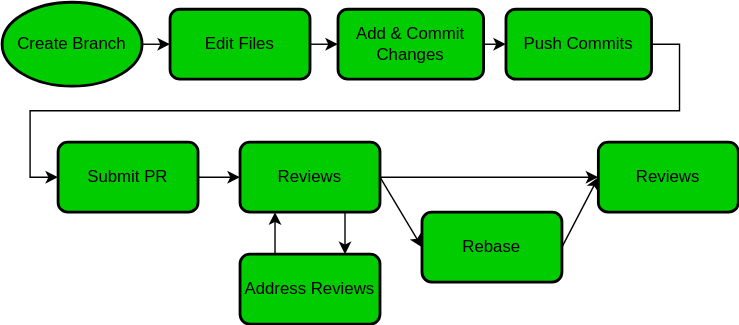
YehudaRothstein/excaliburfrc.github.io keeps this draw.io diagram as tutorials/git/img/git-process.drawio.svg. Above is the earlier version. Source tidied: cells renumbered, new cells last; positions are measured from the earlier drawing's top-left corner, leaving out a move shared by most shapes.
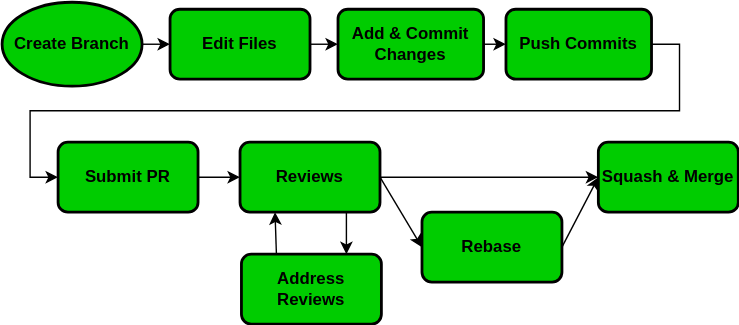
After the change.

Commit message:
add run script

Diff of the diagram source:
```diff
@@ -2,19 +2,19 @@
   <root>
     <mxCell id="0" />
     <mxCell id="1" parent="0" />
-    <mxCell id="2" value="Create Branch" style="strokeWidth=2;html=1;shape=mxgraph.flowchart.start_1;whiteSpace=wrap;fillColor=#00CC00;" parent="1" vertex="1">
+    <mxCell id="2" value="&lt;b&gt;Create Branch&lt;/b&gt;" style="strokeWidth=2;html=1;shape=mxgraph.flowchart.start_1;whiteSpace=wrap;fillColor=#00CC00;" parent="1" vertex="1">
       <mxGeometry width="100" height="60" as="geometry" />
     </mxCell>
     <mxCell id="3" style="endArrow=classic;html=1;exitX=1;exitY=0.5;exitDx=0;exitDy=0;exitPerimeter=0;entryX=0;entryY=0.5;entryDx=0;entryDy=0;" parent="1" edge="1" source="2" target="4">
       <mxGeometry relative="1" as="geometry" />
     </mxCell>
-    <mxCell id="4" value="Edit Files" style="rounded=1;whiteSpace=wrap;html=1;absoluteArcSize=1;arcSize=14;strokeWidth=2;fillColor=#00CC00;" parent="1" vertex="1">
+    <mxCell id="4" value="&lt;b&gt;Edit Files&lt;/b&gt;" style="rounded=1;whiteSpace=wrap;html=1;absoluteArcSize=1;arcSize=14;strokeWidth=2;fillColor=#00CC00;" parent="1" vertex="1">
       <mxGeometry x="120" y="5" width="100" height="50" as="geometry" />
     </mxCell>
     <mxCell id="5" style="endArrow=classic;html=1;entryX=0;entryY=0.5;entryDx=0;entryDy=0;exitX=1;exitY=0.5;exitDx=0;exitDy=0;" parent="1" edge="1" source="4" target="6">
       <mxGeometry relative="1" as="geometry" />
     </mxCell>
-    <mxCell id="6" value="Add &amp;amp; Commit Changes" style="rounded=1;whiteSpace=wrap;html=1;absoluteArcSize=1;arcSize=14;strokeWidth=2;fillColor=#00CC00;" parent="1" vertex="1">
+    <mxCell id="6" value="&lt;b&gt;Add &amp;amp; Commit Changes&lt;/b&gt;" style="rounded=1;whiteSpace=wrap;html=1;absoluteArcSize=1;arcSize=14;strokeWidth=2;fillColor=#00CC00;" parent="1" vertex="1">
       <mxGeometry x="240" y="5" width="104" height="50" as="geometry" />
     </mxCell>
     <mxCell id="7" style="endArrow=classic;html=1;exitX=1;exitY=0.5;exitDx=0;exitDy=0;entryX=0;entryY=0.5;entryDx=0;entryDy=0;" parent="1" edge="1" source="6" target="9">
@@ -23,10 +23,10 @@
     <mxCell id="8" style="edgeStyle=orthogonalEdgeStyle;rounded=0;jettySize=auto;html=1;exitX=1;exitY=0.5;exitDx=0;exitDy=0;entryX=0;entryY=0.5;entryDx=0;entryDy=0;" parent="1" edge="1" source="9" target="10">
       <mxGeometry relative="1" as="geometry" />
     </mxCell>
-    <mxCell id="9" value="Push Commits" style="rounded=1;whiteSpace=wrap;html=1;absoluteArcSize=1;arcSize=14;strokeWidth=2;fillColor=#00CC00;" parent="1" vertex="1">
+    <mxCell id="9" value="&lt;b&gt;Push Commits&lt;/b&gt;" style="rounded=1;whiteSpace=wrap;html=1;absoluteArcSize=1;arcSize=14;strokeWidth=2;fillColor=#00CC00;" parent="1" vertex="1">
       <mxGeometry x="360" y="5" width="104" height="50" as="geometry" />
     </mxCell>
-    <mxCell id="10" value="Submit PR" style="rounded=1;whiteSpace=wrap;html=1;absoluteArcSize=1;arcSize=14;strokeWidth=2;fillColor=#00CC00;" parent="1" vertex="1">
+    <mxCell id="10" value="&lt;b&gt;Submit PR&lt;/b&gt;" style="rounded=1;whiteSpace=wrap;html=1;absoluteArcSize=1;arcSize=14;strokeWidth=2;fillColor=#00CC00;" parent="1" vertex="1">
       <mxGeometry x="40" y="100" width="100" height="50" as="geometry" />
     </mxCell>
     <mxCell id="11" style="endArrow=classic;html=1;entryX=0;entryY=0.5;entryDx=0;entryDy=0;exitX=1;exitY=0.5;exitDx=0;exitDy=0;" parent="1" edge="1" source="10" target="13">
@@ -35,16 +35,16 @@
     <mxCell id="12" style="edgeStyle=orthogonalEdgeStyle;rounded=0;jettySize=auto;html=1;exitX=0.75;exitY=1;exitDx=0;exitDy=0;entryX=0.75;entryY=0;entryDx=0;entryDy=0;" parent="1" edge="1" source="13" target="15">
       <mxGeometry relative="1" as="geometry" />
     </mxCell>
-    <mxCell id="13" value="Reviews" style="rounded=1;whiteSpace=wrap;html=1;absoluteArcSize=1;arcSize=14;strokeWidth=2;fillColor=#00CC00;" parent="1" vertex="1">
+    <mxCell id="13" value="&lt;b&gt;Reviews&lt;/b&gt;" style="rounded=1;whiteSpace=wrap;html=1;absoluteArcSize=1;arcSize=14;strokeWidth=2;fillColor=#00CC00;" parent="1" vertex="1">
       <mxGeometry x="170" y="100" width="100" height="50" as="geometry" />
     </mxCell>
     <mxCell id="14" style="endArrow=classic;html=1;entryX=0.25;entryY=1;entryDx=0;entryDy=0;exitX=0.25;exitY=0;exitDx=0;exitDy=0;" parent="1" edge="1" source="15" target="13">
       <mxGeometry relative="1" as="geometry" />
     </mxCell>
-    <mxCell id="15" value="Address Reviews" style="rounded=1;whiteSpace=wrap;html=1;absoluteArcSize=1;arcSize=14;strokeWidth=2;fillColor=#00CC00;" parent="1" vertex="1">
-      <mxGeometry x="170" y="180" width="100" height="50" as="geometry" />
+    <mxCell id="15" value="Address Reviews" style="rounded=1;whiteSpace=wrap;html=1;absoluteArcSize=1;arcSize=14;strokeWidth=2;fillColor=#00CC00;fontStyle=1;" parent="1" vertex="1">
+      <mxGeometry x="171" y="180" width="100" height="50" as="geometry" />
     </mxCell>
-    <mxCell id="16" value="Rebase" style="rounded=1;whiteSpace=wrap;html=1;absoluteArcSize=1;arcSize=14;strokeWidth=2;fillColor=#00CC00;" parent="1" vertex="1">
+    <mxCell id="16" value="&lt;b&gt;Rebase&lt;/b&gt;" style="rounded=1;whiteSpace=wrap;html=1;absoluteArcSize=1;arcSize=14;strokeWidth=2;fillColor=#00CC00;" parent="1" vertex="1">
       <mxGeometry x="300" y="150" width="100" height="50" as="geometry" />
     </mxCell>
     <mxCell id="17" style="endArrow=classic;html=1;exitX=1;exitY=0.5;exitDx=0;exitDy=0;entryX=0;entryY=0.5;entryDx=0;entryDy=0;" parent="1" edge="1" source="13" target="16">
@@ -53,7 +53,7 @@
     <mxCell id="18" style="endArrow=classic;html=1;entryX=0;entryY=0.5;entryDx=0;entryDy=0;exitX=1;exitY=0.5;exitDx=0;exitDy=0;" parent="1" edge="1" source="13" target="19">
       <mxGeometry relative="1" as="geometry" />
     </mxCell>
-    <mxCell id="19" value="Reviews" style="rounded=1;whiteSpace=wrap;html=1;absoluteArcSize=1;arcSize=14;strokeWidth=2;fillColor=#00CC00;" parent="1" vertex="1">
+    <mxCell id="19" value="&lt;b&gt;Squash &amp;amp; Merge&lt;/b&gt;" style="rounded=1;whiteSpace=wrap;html=1;absoluteArcSize=1;arcSize=14;strokeWidth=2;fillColor=#00CC00;" parent="1" vertex="1">
       <mxGeometry x="426" y="100" width="100" height="50" as="geometry" />
     </mxCell>
     <mxCell id="20" style="endArrow=classic;html=1;entryX=0;entryY=0.5;entryDx=0;entryDy=0;exitX=1;exitY=0.5;exitDx=0;exitDy=0;" parent="1" edge="1" source="16" target="19">
```
